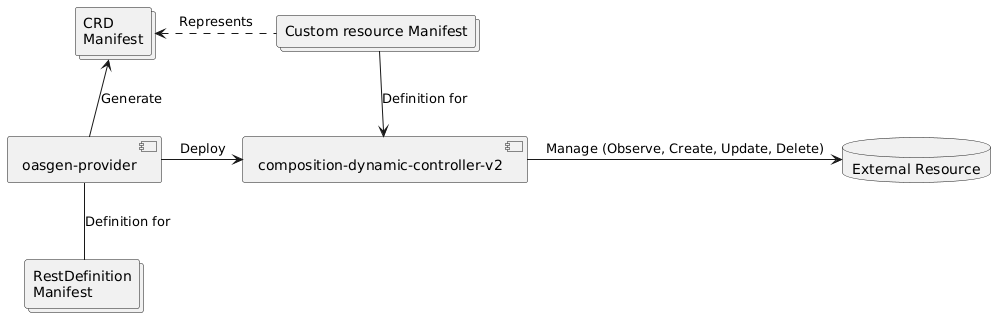
The PlantUML diagram _diagram/generator.png in krateoplatformops/oasgen-provider, before a commit. The source it was exported from:
```plantuml
@startuml

component "oasgen-provider" as provider
collections "RestDefinition\nManifest" as restdefinition
collections "CRD\nManifest" as crd
component "composition-dynamic-controller-v2" as cdc
collections "Custom resource Manifest" as cr
database "External Resource" as er


provider -d- restdefinition : Definition for
provider -u-> crd : Generate
provider -r-> cdc : Deploy

cdc <-u- cr : Definition for
cdc -r-> er : Manage (Observe, Create, Update, Delete)

crd <.r. cr : Represents
@enduml
```
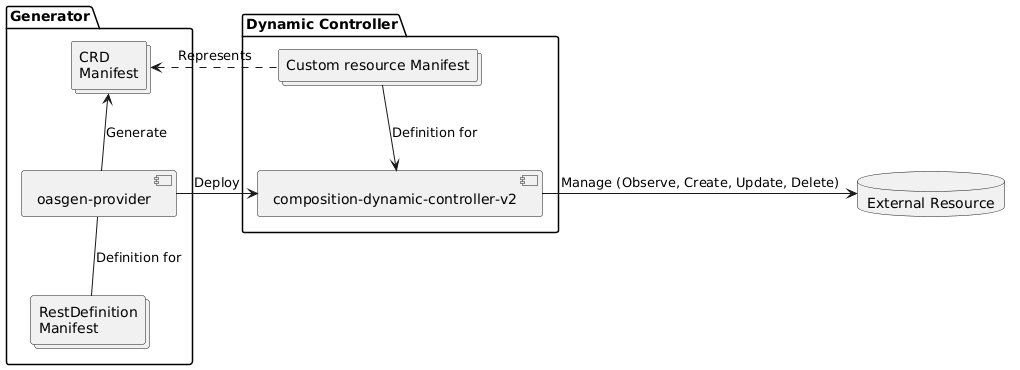
Above is the later version.

Change to the diagram source:
```diff
@@ -1,10 +1,15 @@
 @startuml
+package "Generator"{
+   component "oasgen-provider" as provider
+   collections "RestDefinition\nManifest" as restdefinition
+   collections "CRD\nManifest" as crd
+}
 
-component "oasgen-provider" as provider
-collections "RestDefinition\nManifest" as restdefinition
-collections "CRD\nManifest" as crd
-component "composition-dynamic-controller-v2" as cdc
-collections "Custom resource Manifest" as cr
+package "Dynamic Controller" {
+   component "composition-dynamic-controller-v2" as cdc
+   collections "Custom resource Manifest" as cr
+}
+
 database "External Resource" as er
 
 
```
